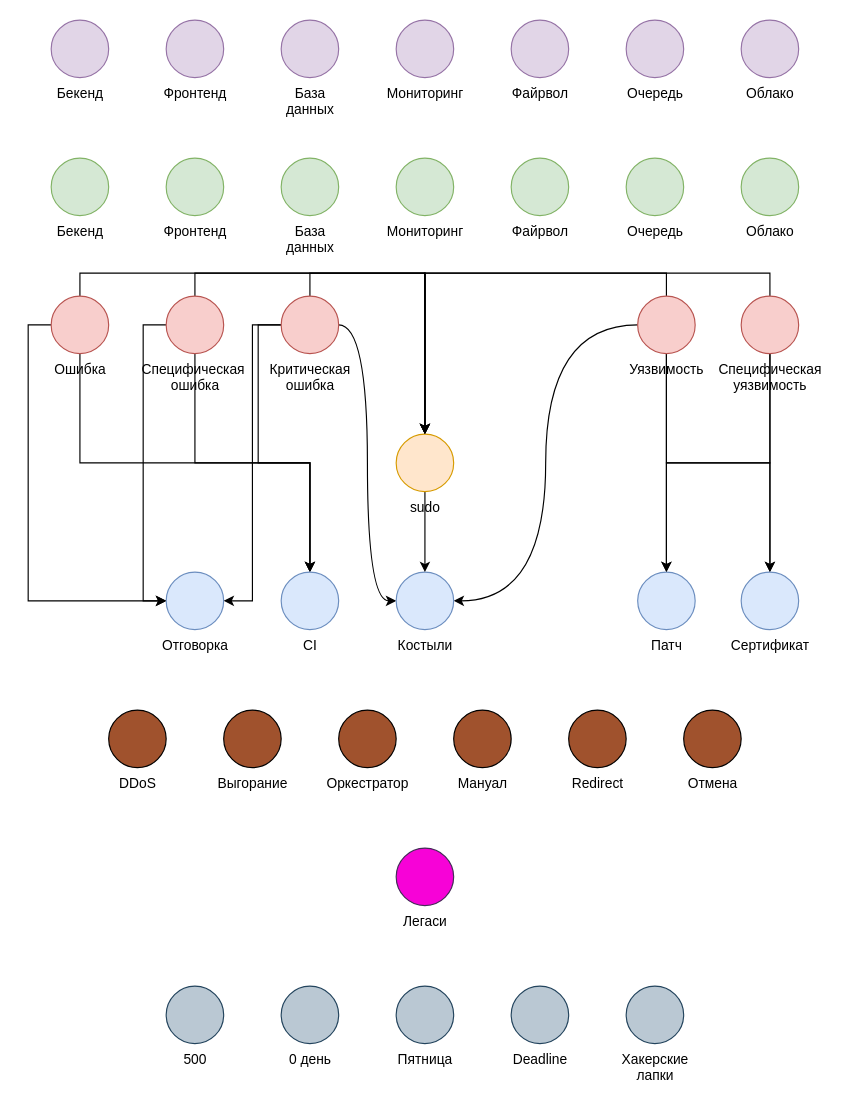
Earlier version of the draw.io diagram ru/schema-sources/cards.drawio (sobolevn/ship-it-boardgame). Source tidied: cells renumbered, new cells numbered last; positions are measured from the earlier drawing's top-left corner, leaving out a move shared by most shapes. Both pictures are drawn from the tidied source at 115%, with x=0, y=0 at pixel (51, 20).
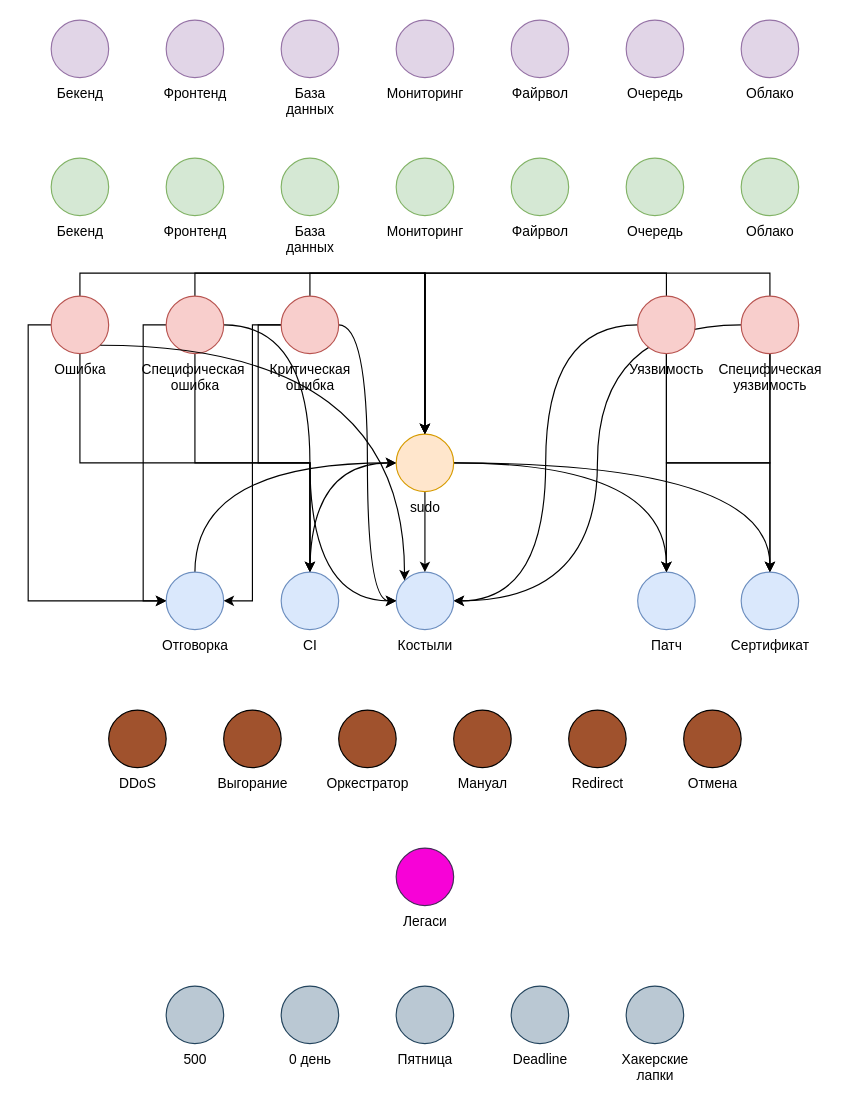
Above is the later version.

The change refers to these unchanged cells:
```xml
<mxCell id="5" value="Ошибка" style="shape=mxgraph.bpmn.shape;html=1;verticalLabelPosition=bottom;labelBackgroundColor=none;verticalAlign=top;perimeter=ellipsePerimeter;outline=standard;symbol=general;fillColor=#f8cecc;strokeColor=#b85450;" parent="1" vertex="1">
  <mxGeometry y="240" width="50" height="50" as="geometry" />
</mxCell>
<mxCell id="11" value="Специфическая &lt;br&gt;уязвимость" style="shape=mxgraph.bpmn.shape;html=1;verticalLabelPosition=bottom;labelBackgroundColor=none;verticalAlign=top;perimeter=ellipsePerimeter;outline=standard;symbol=general;fillColor=#f8cecc;strokeColor=#b85450;" parent="1" vertex="1">
  <mxGeometry x="600" y="240" width="50" height="50" as="geometry" />
</mxCell>
<mxCell id="12" value="Отговорка" style="shape=mxgraph.bpmn.shape;html=1;verticalLabelPosition=bottom;labelBackgroundColor=none;verticalAlign=top;perimeter=ellipsePerimeter;outline=standard;symbol=general;fillColor=#dae8fc;strokeColor=#6c8ebf;" parent="1" vertex="1">
  <mxGeometry x="100" y="480" width="50" height="50" as="geometry" />
</mxCell>
<mxCell id="13" value="Патч" style="shape=mxgraph.bpmn.shape;html=1;verticalLabelPosition=bottom;labelBackgroundColor=none;verticalAlign=top;perimeter=ellipsePerimeter;outline=standard;symbol=general;fillColor=#dae8fc;strokeColor=#6c8ebf;" parent="1" vertex="1">
  <mxGeometry x="510" y="480" width="50" height="50" as="geometry" />
</mxCell>
<mxCell id="14" value="Костыли" style="shape=mxgraph.bpmn.shape;html=1;verticalLabelPosition=bottom;labelBackgroundColor=none;verticalAlign=top;perimeter=ellipsePerimeter;outline=standard;symbol=general;fillColor=#dae8fc;strokeColor=#6c8ebf;" parent="1" vertex="1">
  <mxGeometry x="300" y="480" width="50" height="50" as="geometry" />
</mxCell>
<mxCell id="15" value="Сертификат" style="shape=mxgraph.bpmn.shape;html=1;verticalLabelPosition=bottom;labelBackgroundColor=none;verticalAlign=top;perimeter=ellipsePerimeter;outline=standard;symbol=general;fillColor=#dae8fc;strokeColor=#6c8ebf;" parent="1" vertex="1">
  <mxGeometry x="600" y="480" width="50" height="50" as="geometry" />
</mxCell>
<mxCell id="31" value="sudo" style="shape=mxgraph.bpmn.shape;html=1;verticalLabelPosition=bottom;labelBackgroundColor=none;verticalAlign=top;perimeter=ellipsePerimeter;outline=standard;symbol=general;fillColor=#ffe6cc;strokeColor=#d79b00;" parent="1" vertex="1">
  <mxGeometry x="300" y="360" width="50" height="50" as="geometry" />
</mxCell>
<mxCell id="51" value="&lt;div&gt;Специфическая&amp;nbsp;&lt;/div&gt;&lt;div&gt;ошибка&lt;/div&gt;" style="shape=mxgraph.bpmn.shape;html=1;verticalLabelPosition=bottom;labelBackgroundColor=none;verticalAlign=top;perimeter=ellipsePerimeter;outline=standard;symbol=general;fillColor=#f8cecc;strokeColor=#b85450;" parent="1" vertex="1">
  <mxGeometry x="100" y="240" width="50" height="50" as="geometry" />
</mxCell>
<mxCell id="55" value="Критическая &lt;br&gt;ошибка" style="shape=mxgraph.bpmn.shape;html=1;verticalLabelPosition=bottom;labelBackgroundColor=none;verticalAlign=top;perimeter=ellipsePerimeter;outline=standard;symbol=general;fillColor=#f8cecc;strokeColor=#b85450;" parent="1" vertex="1">
  <mxGeometry x="200" y="240" width="50" height="50" as="geometry" />
</mxCell>
<mxCell id="56" value="CI" style="shape=mxgraph.bpmn.shape;html=1;verticalLabelPosition=bottom;labelBackgroundColor=none;verticalAlign=top;perimeter=ellipsePerimeter;outline=standard;symbol=general;fillColor=#dae8fc;strokeColor=#6c8ebf;" parent="1" vertex="1">
  <mxGeometry x="200" y="480" width="50" height="50" as="geometry" />
</mxCell>
```

The edit, as a diff of the source:
```diff
@@
-    <mxCell id="7" style="edgeStyle=orthogonalEdgeStyle;rounded=0;jettySize=auto;html=1;exitX=1;exitY=0.5;exitDx=0;exitDy=0;entryX=0;entryY=0.5;entryDx=0;entryDy=0;curved=1;labelBackgroundColor=none;" parent="1" edge="1" source="55" target="14">
-      <mxGeometry relative="1" as="geometry" />
-    </mxCell>
@@
+    <mxCell id="57" style="edgeStyle=orthogonalEdgeStyle;rounded=0;jettySize=auto;html=1;exitX=0;exitY=0.5;exitDx=0;exitDy=0;entryX=1;entryY=0.5;entryDx=0;entryDy=0;curved=1;" parent="1" edge="1" source="11" target="14">
+      <mxGeometry relative="1" as="geometry" />
+    </mxCell>
@@
+    <mxCell id="58" style="edgeStyle=orthogonalEdgeStyle;rounded=0;jettySize=auto;html=1;exitX=0.5;exitY=0;exitDx=0;exitDy=0;entryX=0;entryY=0.5;entryDx=0;entryDy=0;curved=1;" parent="1" edge="1" source="12" target="31">
+      <mxGeometry relative="1" as="geometry" />
+    </mxCell>
@@
+    <mxCell id="59" style="edgeStyle=orthogonalEdgeStyle;rounded=0;jettySize=auto;html=1;exitX=1;exitY=0.5;exitDx=0;exitDy=0;entryX=0.5;entryY=0;entryDx=0;entryDy=0;curved=1;" parent="1" edge="1" source="31" target="13">
+      <mxGeometry relative="1" as="geometry" />
+    </mxCell>
+    <mxCell id="60" style="edgeStyle=orthogonalEdgeStyle;rounded=0;jettySize=auto;html=1;exitX=1;exitY=0.5;exitDx=0;exitDy=0;entryX=0.5;entryY=0;entryDx=0;entryDy=0;curved=1;" parent="1" edge="1" source="31" target="15">
+      <mxGeometry relative="1" as="geometry" />
+    </mxCell>
@@
+    <mxCell id="61" style="edgeStyle=orthogonalEdgeStyle;rounded=0;jettySize=auto;html=1;exitX=1;exitY=0.5;exitDx=0;exitDy=0;entryX=0;entryY=0.5;entryDx=0;entryDy=0;curved=1;" parent="1" edge="1" source="51" target="14">
+      <mxGeometry relative="1" as="geometry" />
+    </mxCell>
@@
+    <mxCell id="7" style="edgeStyle=orthogonalEdgeStyle;rounded=0;jettySize=auto;html=1;exitX=1;exitY=0.5;exitDx=0;exitDy=0;entryX=0;entryY=0.5;entryDx=0;entryDy=0;curved=1;" parent="1" edge="1" source="55" target="14">
+      <mxGeometry relative="1" as="geometry" />
+    </mxCell>
@@
+    <mxCell id="62" style="edgeStyle=orthogonalEdgeStyle;rounded=0;jettySize=auto;html=1;exitX=0.5;exitY=0;exitDx=0;exitDy=0;entryX=0;entryY=0.5;entryDx=0;entryDy=0;curved=1;" parent="1" edge="1" source="56" target="31">
+      <mxGeometry relative="1" as="geometry" />
+    </mxCell>
@@
+    <mxCell id="63" style="edgeStyle=orthogonalEdgeStyle;rounded=0;jettySize=auto;html=1;exitX=0.855;exitY=0.855;exitDx=0;exitDy=0;exitPerimeter=0;entryX=0.145;entryY=0.145;entryDx=0;entryDy=0;entryPerimeter=0;curved=1;" parent="1" edge="1" source="5" target="14">
+      <mxGeometry relative="1" as="geometry" />
+    </mxCell>
```
